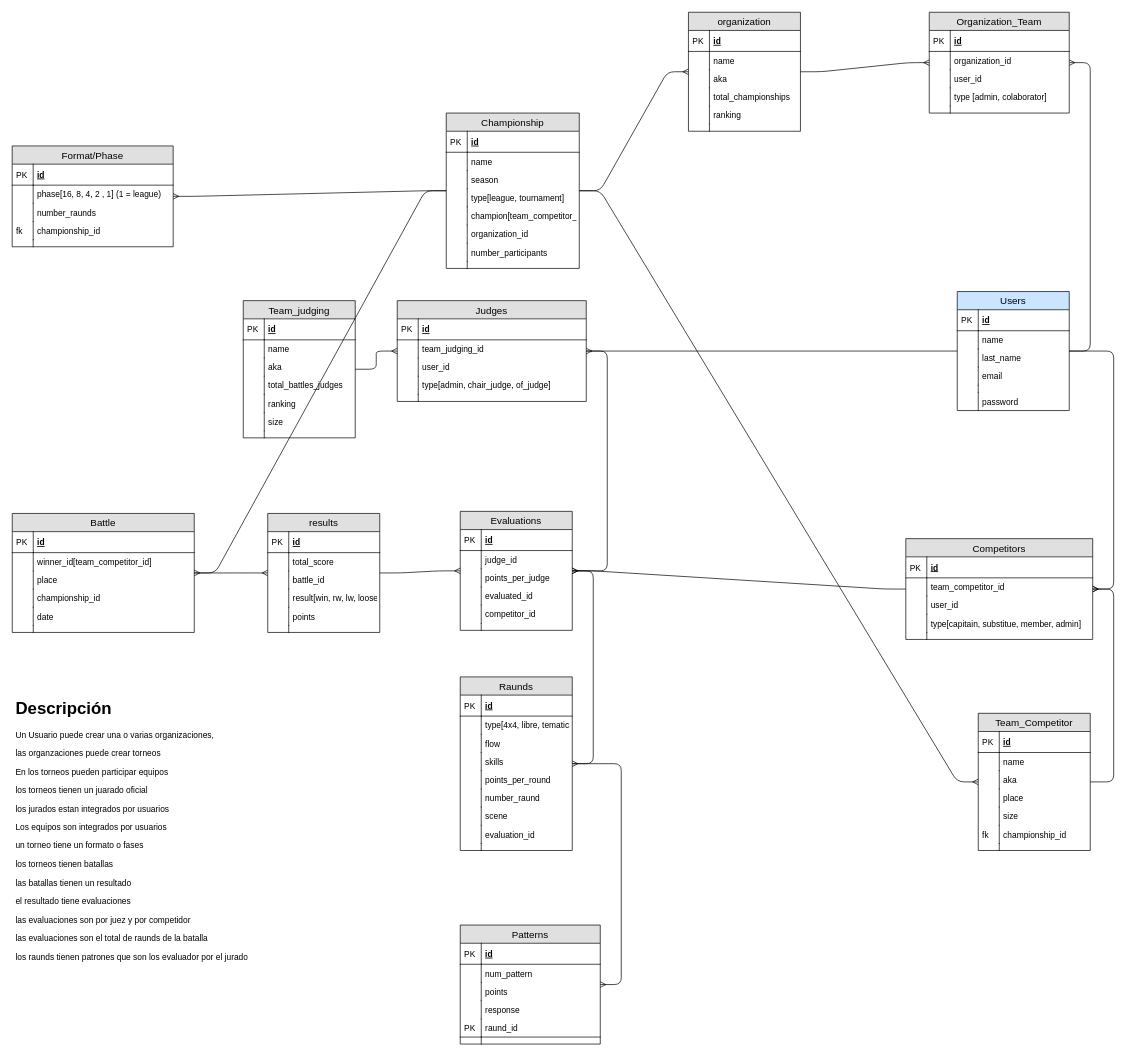
Above: Untitled Diagram.drawio in Isidro-hernndez/Texto1 (draw.io), before the change. Source tidied: cells renumbered, new cells numbered last; positions are measured from the earlier drawing's top-left corner, leaving out a move shared by most shapes. Both pictures are drawn from the tidied source at 70%, with x=0, y=0 at pixel (12, 12).
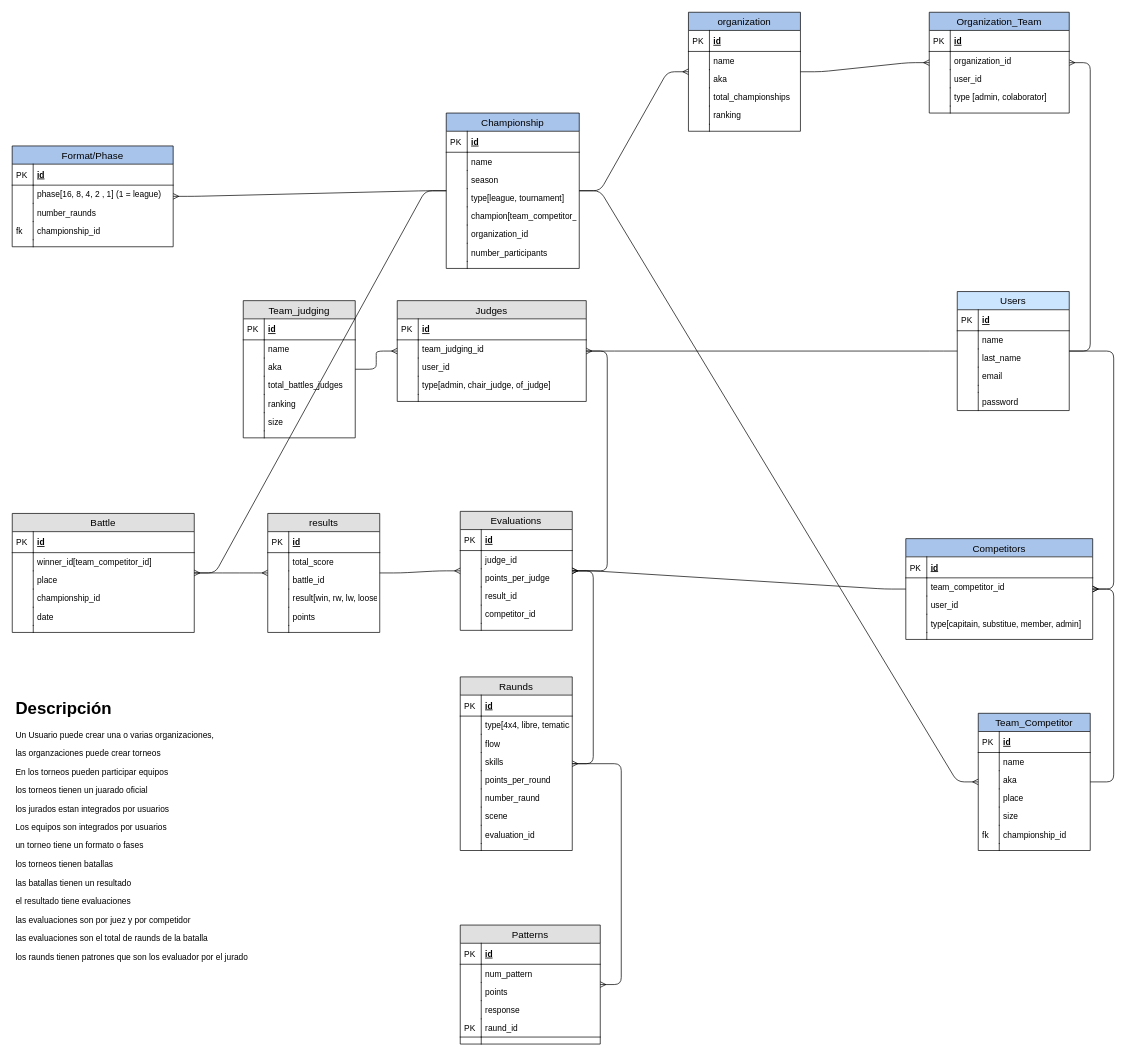
The same diagram, later.

Unchanged cells that the change refers to:
```xml
<mxCell id="28" value="Evaluations" style="swimlane;fontStyle=0;horizontal=1;startSize=26;fillColor=#e0e0e0;swimlaneFillColor=#ffffff;align=center;fontSize=14;" parent="1" vertex="1">
  <mxGeometry x="640" y="713" width="160" height="170" as="geometry" />
</mxCell>
```

Change to the diagram source:
```diff
@@
-    <mxCell id="35" value="evaluated_id" style="shape=partialRectangle;top=0;left=0;right=0;bottom=0;align=left;verticalAlign=top;fillColor=none;spacingLeft=34;spacingRight=4;overflow=hidden;fontSize=12;" parent="28" vertex="1">
+    <mxCell id="35" value="result_id" style="shape=partialRectangle;top=0;left=0;right=0;bottom=0;align=left;verticalAlign=top;fillColor=none;spacingLeft=34;spacingRight=4;overflow=hidden;fontSize=12;" parent="28" vertex="1">
       <mxGeometry y="108" width="160" height="26" as="geometry" />
     </mxCell>
@@
-    <mxCell id="119" value="Team_Competitor" style="swimlane;fontStyle=0;horizontal=1;startSize=26;fillColor=#e0e0e0;swimlaneFillColor=#ffffff;align=center;fontSize=14;" parent="1" vertex="1">
+    <mxCell id="119" value="Team_Competitor" style="swimlane;fontStyle=0;horizontal=1;startSize=26;fillColor=#A9C4EB;swimlaneFillColor=#ffffff;align=center;fontSize=14;" parent="1" vertex="1">
       <mxGeometry x="1380" y="1001.5" width="160" height="196" as="geometry" />
     </mxCell>
@@
-    <mxCell id="134" value="Competitors" style="swimlane;fontStyle=0;horizontal=1;startSize=26;fillColor=#e0e0e0;swimlaneFillColor=#ffffff;align=center;fontSize=14;" parent="1" vertex="1">
+    <mxCell id="134" value="Competitors" style="swimlane;fontStyle=0;horizontal=1;startSize=26;fillColor=#A9C4EB;swimlaneFillColor=#ffffff;align=center;fontSize=14;" parent="1" vertex="1">
       <mxGeometry x="1276.5" y="752" width="267" height="144" as="geometry" />
     </mxCell>
@@
-    <mxCell id="148" value="Championship" style="swimlane;fontStyle=0;horizontal=1;startSize=26;fillColor=#e0e0e0;swimlaneFillColor=#ffffff;align=center;fontSize=14;" parent="1" vertex="1">
+    <mxCell id="148" value="Championship" style="swimlane;fontStyle=0;horizontal=1;startSize=26;fillColor=#A9C4EB;swimlaneFillColor=#ffffff;align=center;fontSize=14;" parent="1" vertex="1">
       <mxGeometry x="620" y="144" width="190" height="222" as="geometry" />
     </mxCell>
@@
-    <mxCell id="167" value="organization" style="swimlane;fontStyle=0;horizontal=1;startSize=26;fillColor=#e0e0e0;swimlaneFillColor=#ffffff;align=center;fontSize=14;" parent="1" vertex="1">
+    <mxCell id="167" value="organization" style="swimlane;fontStyle=0;horizontal=1;startSize=26;fillColor=#A9C4EB;swimlaneFillColor=#ffffff;align=center;fontSize=14;" parent="1" vertex="1">
       <mxGeometry x="966" width="160" height="170" as="geometry" />
     </mxCell>
@@
-    <mxCell id="182" value="Format/Phase" style="swimlane;fontStyle=0;horizontal=1;startSize=26;fillColor=#e0e0e0;swimlaneFillColor=#ffffff;align=center;fontSize=14;" parent="1" vertex="1">
+    <mxCell id="182" value="Format/Phase" style="swimlane;fontStyle=0;horizontal=1;startSize=26;fillColor=#A9C4EB;swimlaneFillColor=#ffffff;align=center;fontSize=14;" parent="1" vertex="1">
       <mxGeometry x="-0.1" y="191" width="230" height="144" as="geometry" />
     </mxCell>
@@
-    <mxCell id="195" value="Organization_Team" style="swimlane;fontStyle=0;horizontal=1;startSize=26;fillColor=#e0e0e0;swimlaneFillColor=#ffffff;align=center;fontSize=14;" parent="1" vertex="1">
+    <mxCell id="195" value="Organization_Team" style="swimlane;fontStyle=0;horizontal=1;startSize=26;fillColor=#A9C4EB;swimlaneFillColor=#ffffff;align=center;fontSize=14;" parent="1" vertex="1">
       <mxGeometry x="1310" width="200" height="144" as="geometry" />
     </mxCell>
```
